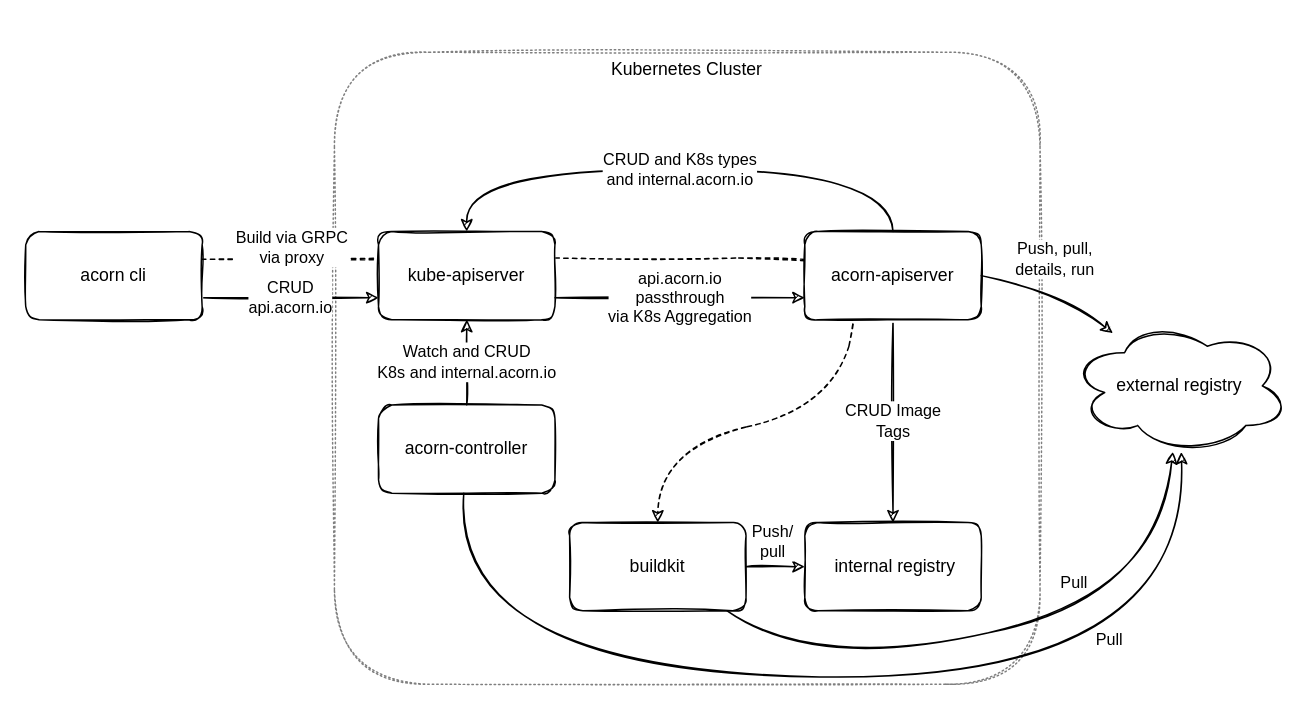
The draw.io diagram docs/diagram-source/architecture.drawio in acorn-io/runtime, before the edit. Source tidied: cells renumbered, new cells numbered last; positions are measured from the earlier drawing's top-left corner, leaving out a move shared by most shapes. Both pictures are drawn from the tidied source at 147%, with x=0, y=0 at pixel (25, 25).
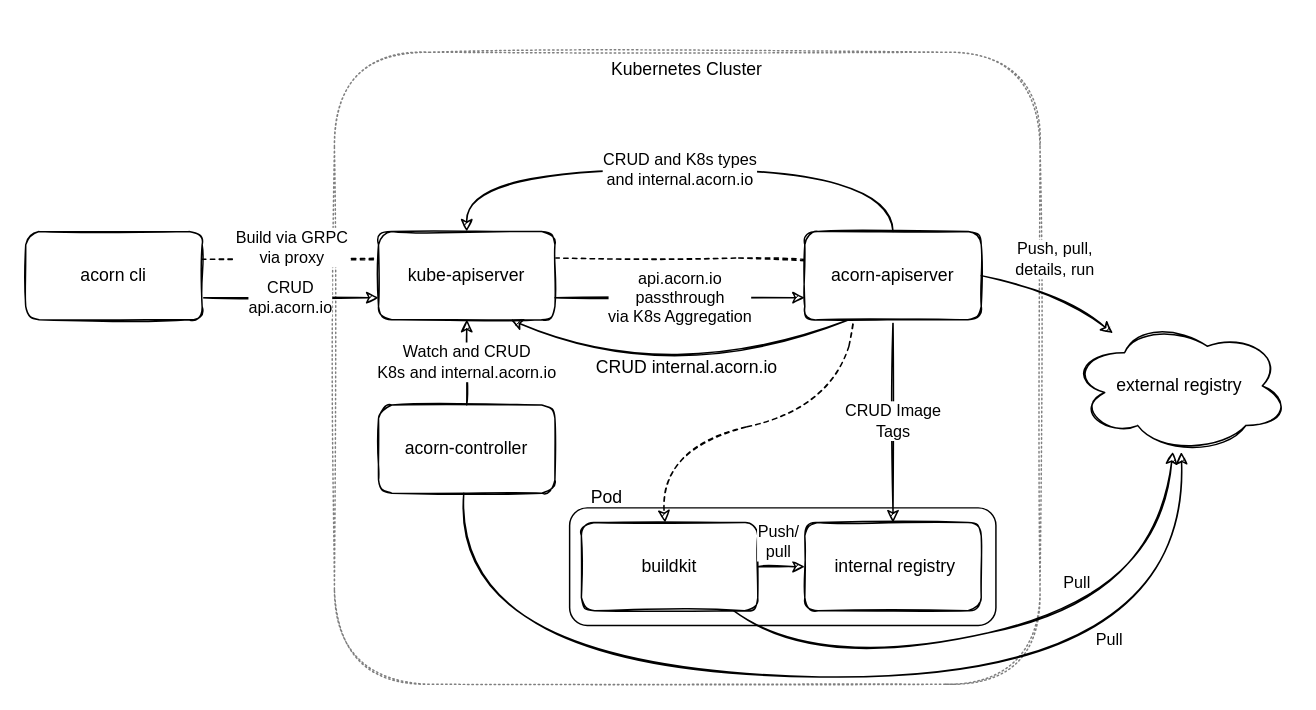
The same diagram, later.

Unchanged cells that the change refers to:
```xml
<mxCell id="6" value="kube-apiserver" style="rounded=1;whiteSpace=wrap;html=1;fillColor=default;glass=0;gradientColor=none;sketch=1;" parent="1" vertex="1">
  <mxGeometry x="240" y="140" width="120" height="60" as="geometry" />
</mxCell>
<mxCell id="9" value="acorn-apiserver" style="rounded=1;whiteSpace=wrap;html=1;fillColor=default;sketch=1;" parent="1" vertex="1">
  <mxGeometry x="530" y="140" width="120" height="60" as="geometry" />
</mxCell>
```

Diff of the diagram source:
```diff
@@
-    <mxCell id="2" style="rounded=1;whiteSpace=wrap;html=1;sketch=1;fillColor=none;dashed=1;dashPattern=1 2;opacity=50;" parent="1" vertex="1">
+    <mxCell id="2" value="CRUD internal.acorn.io" style="rounded=1;whiteSpace=wrap;html=1;sketch=1;fillColor=none;dashed=1;dashPattern=1 2;opacity=50;" parent="1" vertex="1">
       <mxGeometry x="210" y="18" width="480" height="430" as="geometry" />
     </mxCell>
@@
     <mxCell id="10" value="buildkit" style="rounded=1;whiteSpace=wrap;html=1;sketch=1;" parent="1" vertex="1">
-      <mxGeometry x="370" y="338" width="120" height="60" as="geometry" />
+      <mxGeometry x="378" y="338" width="120" height="60" as="geometry" />
     </mxCell>
@@
+    <mxCell id="26" style="endArrow=classic;html=1;entryX=0.75;entryY=1;entryDx=0;entryDy=0;exitX=0.25;exitY=1;exitDx=0;exitDy=0;curved=1;sketch=1;" parent="1" edge="1" source="9" target="6">
+      <mxGeometry relative="1" as="geometry">
+        <Array as="points">
+          <mxPoint x="440" y="248" />
+        </Array>
+      </mxGeometry>
+    </mxCell>
+    <mxCell id="27" style="rounded=1;whiteSpace=wrap;html=1;fillColor=none;" parent="1" vertex="1">
+      <mxGeometry x="370" y="328" width="290" height="80" as="geometry" />
+    </mxCell>
+    <mxCell id="28" value="Pod" style="text;html=1;align=center;verticalAlign=middle;strokeColor=none;fillColor=none;" parent="1" vertex="1">
+      <mxGeometry x="375" y="311" width="40" height="20" as="geometry" />
+    </mxCell>
```
